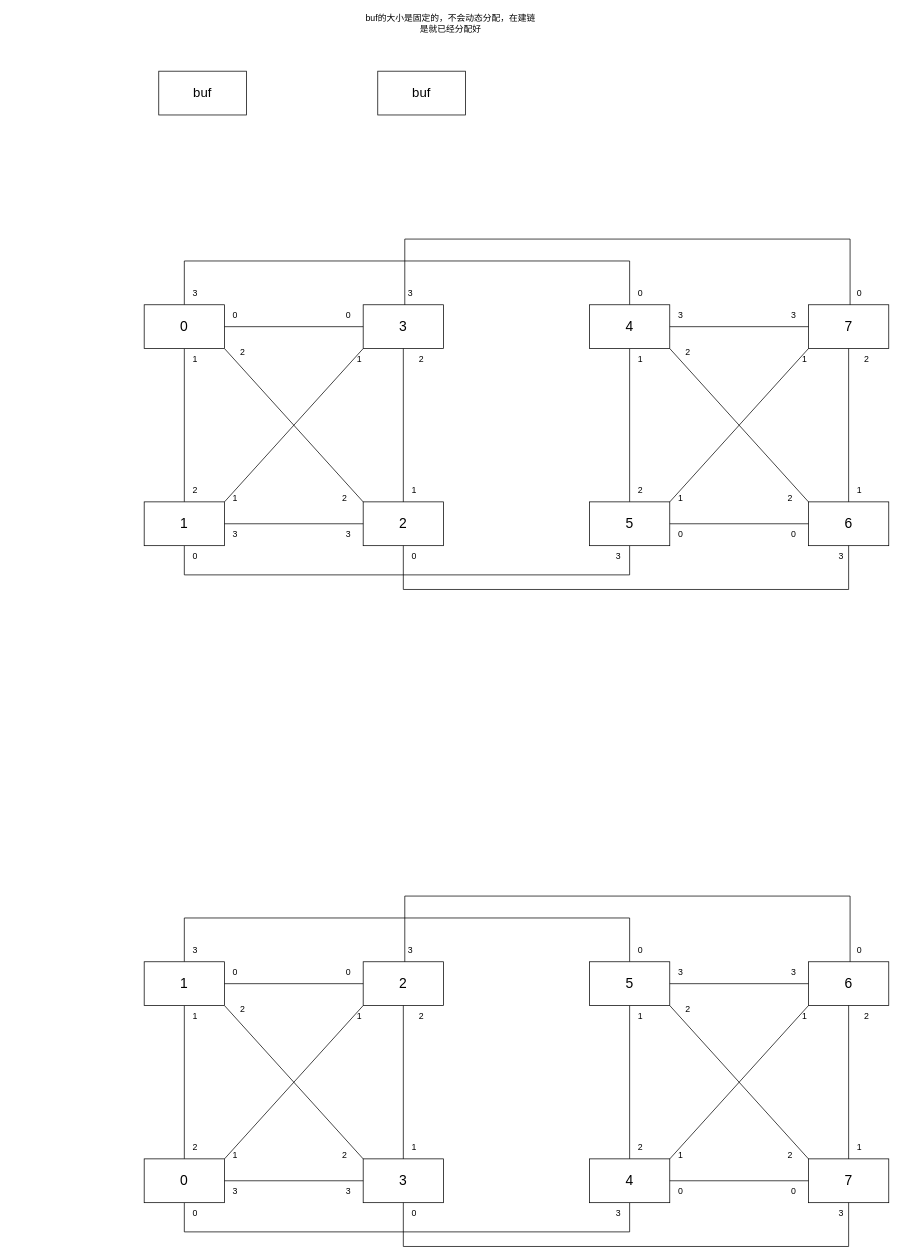
This is Nvidia_NCCL.drawio from LamForest/draw.io, a draw.io file, before an edit. Source tidied: cells renumbered, new cells numbered last; positions are measured from the earlier drawing's top-left corner, leaving out a move shared by most shapes. Both pictures are drawn from the tidied source at 73%, with x=0, y=0 at pixel (144, 12).
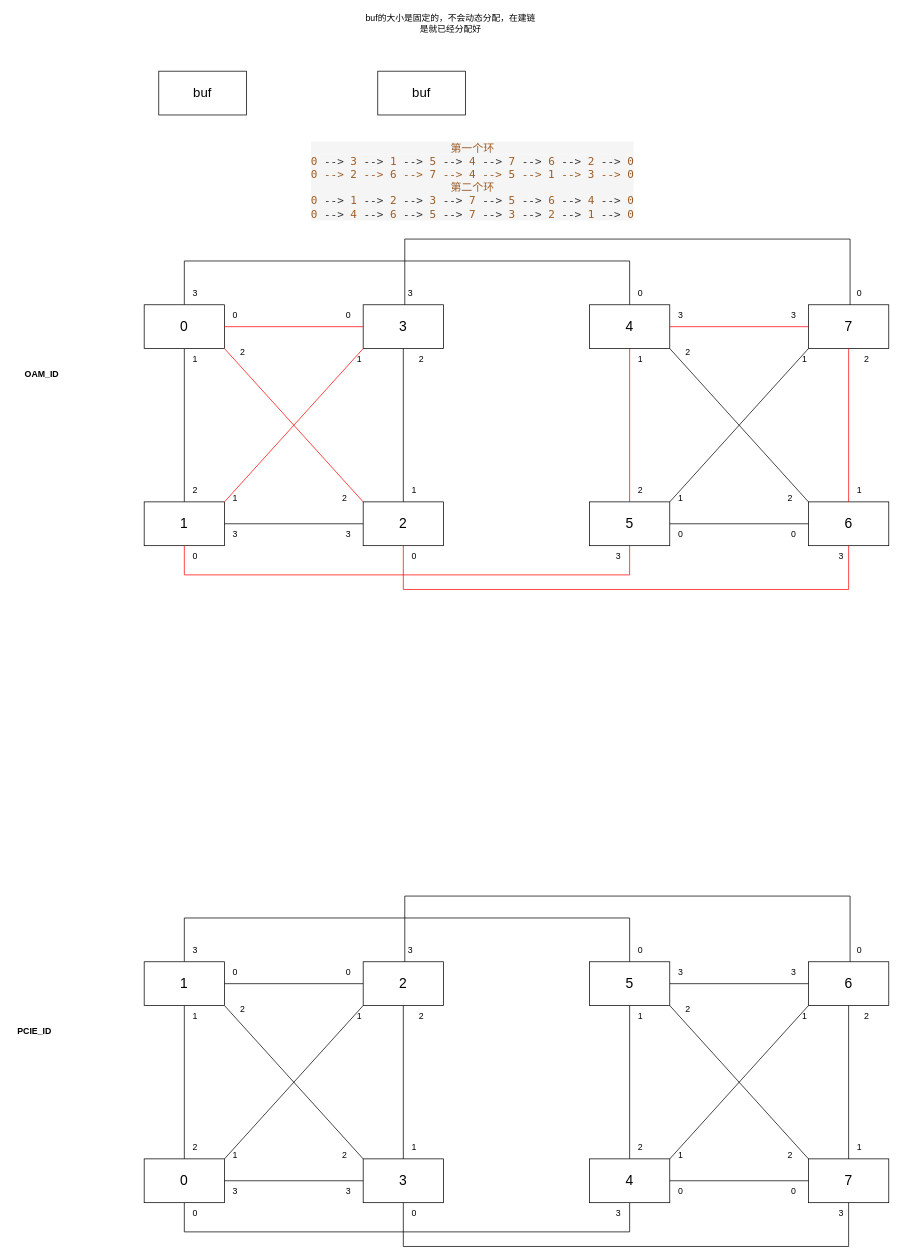
The same page after the edit.

The change refers to these unchanged cells:
```xml
<mxCell id="7" value="&lt;div&gt;0&lt;/div&gt;" style="rounded=0;whiteSpace=wrap;html=1;fontSize=19;" parent="1" vertex="1">
  <mxGeometry y="400" width="110" height="60" as="geometry" />
</mxCell>
<mxCell id="8" value="3" style="rounded=0;whiteSpace=wrap;html=1;fontSize=19;" parent="1" vertex="1">
  <mxGeometry x="300" y="400" width="110" height="60" as="geometry" />
</mxCell>
<mxCell id="10" value="&lt;div&gt;1&lt;/div&gt;" style="rounded=0;whiteSpace=wrap;html=1;fontSize=19;" parent="1" vertex="1">
  <mxGeometry y="670" width="110" height="60" as="geometry" />
</mxCell>
<mxCell id="30" value="&lt;div&gt;4&lt;/div&gt;" style="rounded=0;whiteSpace=wrap;html=1;fontSize=19;" parent="1" vertex="1">
  <mxGeometry x="610" y="400" width="110" height="60" as="geometry" />
</mxCell>
<mxCell id="31" value="7" style="rounded=0;whiteSpace=wrap;html=1;fontSize=19;" parent="1" vertex="1">
  <mxGeometry x="910" y="400" width="110" height="60" as="geometry" />
</mxCell>
<mxCell id="32" value="&lt;div&gt;5&lt;/div&gt;" style="rounded=0;whiteSpace=wrap;html=1;fontSize=19;" parent="1" vertex="1">
  <mxGeometry x="610" y="670" width="110" height="60" as="geometry" />
</mxCell>
<mxCell id="33" value="6" style="rounded=0;whiteSpace=wrap;html=1;fontSize=19;" parent="1" vertex="1">
  <mxGeometry x="910" y="670" width="110" height="60" as="geometry" />
</mxCell>
```

Diff of the diagram source:
```diff
@@
-    <mxCell id="9" style="edgeStyle=orthogonalEdgeStyle;rounded=0;jettySize=auto;html=1;entryX=0.5;entryY=1;entryDx=0;entryDy=0;endArrow=none;endFill=0;" parent="1" edge="1" source="10" target="32">
+    <mxCell id="9" style="edgeStyle=orthogonalEdgeStyle;rounded=0;jettySize=auto;html=1;entryX=0.5;entryY=1;entryDx=0;entryDy=0;endArrow=none;endFill=0;strokeColor=#FF0000;" parent="1" edge="1" source="10" target="32">
       <mxGeometry relative="1" as="geometry">
         <Array as="points">
           <mxPoint x="55" y="770" />
           <mxPoint x="665" y="770" />
         </Array>
       </mxGeometry>
     </mxCell>
@@
-    <mxCell id="14" style="edgeStyle=orthogonalEdgeStyle;rounded=0;jettySize=auto;html=1;entryX=0;entryY=0.5;entryDx=0;entryDy=0;endArrow=none;endFill=0;exitX=1;exitY=0.5;exitDx=0;exitDy=0;" parent="1" edge="1" source="7" target="8">
+    <mxCell id="14" style="edgeStyle=orthogonalEdgeStyle;rounded=0;jettySize=auto;html=1;entryX=0;entryY=0.5;entryDx=0;entryDy=0;endArrow=none;endFill=0;exitX=1;exitY=0.5;exitDx=0;exitDy=0;strokeColor=#FF0000;" parent="1" edge="1" source="7" target="8">
       <mxGeometry relative="1" as="geometry" />
     </mxCell>
@@
-    <mxCell id="16" style="rounded=0;orthogonalLoop=1;jettySize=auto;html=1;endArrow=none;endFill=0;" parent="1" edge="1">
+    <mxCell id="16" style="rounded=0;orthogonalLoop=1;jettySize=auto;html=1;endArrow=none;endFill=0;strokeColor=#FF0000;" parent="1" edge="1">
       <mxGeometry relative="1" as="geometry">
         <mxPoint x="110" y="460" as="sourcePoint" />
         <mxPoint x="300" y="670" as="targetPoint" />
       </mxGeometry>
     </mxCell>
@@
-    <mxCell id="26" style="rounded=0;jettySize=auto;html=1;endArrow=none;endFill=0;exitX=0;exitY=1;exitDx=0;exitDy=0;entryX=1;entryY=0;entryDx=0;entryDy=0;" parent="1" edge="1" source="8" target="10">
+    <mxCell id="26" style="rounded=0;jettySize=auto;html=1;endArrow=none;endFill=0;exitX=0;exitY=1;exitDx=0;exitDy=0;entryX=1;entryY=0;entryDx=0;entryDy=0;strokeColor=#FF0000;" parent="1" edge="1" source="8" target="10">
       <mxGeometry relative="1" as="geometry" />
     </mxCell>
@@
-    <mxCell id="29" style="edgeStyle=orthogonalEdgeStyle;rounded=0;jettySize=auto;html=1;entryX=0.5;entryY=0;entryDx=0;entryDy=0;endArrow=none;endFill=0;" parent="1" edge="1" source="30" target="32">
+    <mxCell id="29" style="edgeStyle=orthogonalEdgeStyle;rounded=0;jettySize=auto;html=1;entryX=0.5;entryY=0;entryDx=0;entryDy=0;endArrow=none;endFill=0;strokeColor=#FF0000;" parent="1" edge="1" source="30" target="32">
       <mxGeometry relative="1" as="geometry" />
     </mxCell>
@@
-    <mxCell id="36" style="edgeStyle=orthogonalEdgeStyle;rounded=0;jettySize=auto;html=1;entryX=0;entryY=0.5;entryDx=0;entryDy=0;endArrow=none;endFill=0;exitX=1;exitY=0.5;exitDx=0;exitDy=0;" parent="1" edge="1" source="30" target="31">
+    <mxCell id="36" style="edgeStyle=orthogonalEdgeStyle;rounded=0;jettySize=auto;html=1;entryX=0;entryY=0.5;entryDx=0;entryDy=0;endArrow=none;endFill=0;exitX=1;exitY=0.5;exitDx=0;exitDy=0;strokeColor=#FF0000;" parent="1" edge="1" source="30" target="31">
       <mxGeometry relative="1" as="geometry" />
     </mxCell>
@@
-    <mxCell id="45" style="rounded=0;jettySize=auto;html=1;endArrow=none;endFill=0;exitX=0.5;exitY=1;exitDx=0;exitDy=0;entryX=0.5;entryY=0;entryDx=0;entryDy=0;" parent="1" edge="1" source="31" target="33">
+    <mxCell id="45" style="rounded=0;jettySize=auto;html=1;endArrow=none;endFill=0;exitX=0.5;exitY=1;exitDx=0;exitDy=0;entryX=0.5;entryY=0;entryDx=0;entryDy=0;strokeColor=#FF0000;" parent="1" edge="1" source="31" target="33">
       <mxGeometry relative="1" as="geometry" />
     </mxCell>
@@
-    <mxCell id="58" style="edgeStyle=orthogonalEdgeStyle;rounded=0;orthogonalLoop=1;jettySize=auto;html=1;entryX=0.5;entryY=1;entryDx=0;entryDy=0;endArrow=none;endFill=0;" parent="1" edge="1">
+    <mxCell id="58" style="edgeStyle=orthogonalEdgeStyle;rounded=0;orthogonalLoop=1;jettySize=auto;html=1;entryX=0.5;entryY=1;entryDx=0;entryDy=0;endArrow=none;endFill=0;strokeColor=#FF0000;" parent="1" edge="1">
       <mxGeometry relative="1" as="geometry">
         <mxPoint x="355" y="730" as="sourcePoint" />
         <mxPoint x="965" y="730" as="targetPoint" />
         <Array as="points">
           <mxPoint x="355" y="790" />
           <mxPoint x="965" y="790" />
         </Array>
       </mxGeometry>
     </mxCell>
@@
+    <mxCell id="117" value="OAM_ID" style="text;html=1;align=center;verticalAlign=middle;whiteSpace=wrap;rounded=0;fontStyle=1;" parent="1" vertex="1">
+      <mxGeometry x="-170" y="480" width="60" height="30" as="geometry" />
+    </mxCell>
+    <mxCell id="118" value="PCIE_ID" style="text;html=1;align=center;verticalAlign=middle;whiteSpace=wrap;rounded=0;fontStyle=1;" parent="1" vertex="1">
+      <mxGeometry x="-180" y="1380" width="60" height="30" as="geometry" />
+    </mxCell>
+    <mxCell id="119" value="&lt;div style=&quot;color: rgb(51, 51, 51); background-color: rgb(245, 245, 245); font-family: Menlo, Monaco, &amp;quot;Courier New&amp;quot;, monospace; line-height: 18px; white-space: pre;&quot;&gt;&lt;span style=&quot;color: rgb(156, 93, 39);&quot;&gt;第一个环&lt;/span&gt;&lt;/div&gt;&lt;div style=&quot;color: rgb(51, 51, 51); background-color: rgb(245, 245, 245); font-family: Menlo, Monaco, &amp;quot;Courier New&amp;quot;, monospace; line-height: 18px; white-space: pre;&quot;&gt;&lt;span style=&quot;color: rgb(156, 93, 39);&quot;&gt;0&lt;/span&gt; --&amp;gt; &lt;span style=&quot;color: rgb(156, 93, 39);&quot;&gt;3&lt;/span&gt; --&amp;gt; &lt;span style=&quot;color: rgb(156, 93, 39);&quot;&gt;1&lt;/span&gt; --&amp;gt; &lt;span style=&quot;color: rgb(156, 93, 39);&quot;&gt;5&lt;/span&gt; --&amp;gt; &lt;span style=&quot;color: rgb(156, 93, 39);&quot;&gt;4&lt;/span&gt; --&amp;gt; &lt;span style=&quot;color: rgb(156, 93, 39);&quot;&gt;7&lt;/span&gt; --&amp;gt; &lt;span style=&quot;color: rgb(156, 93, 39);&quot;&gt;6&lt;/span&gt; --&amp;gt; &lt;span style=&quot;color: rgb(156, 93, 39);&quot;&gt;2&lt;/span&gt; --&amp;gt; &lt;span style=&quot;color: rgb(156, 93, 39);&quot;&gt;0&lt;/span&gt;&lt;/div&gt;&lt;div style=&quot;color: rgb(51, 51, 51); background-color: rgb(245, 245, 245); font-family: Menlo, Monaco, &amp;quot;Courier New&amp;quot;, monospace; line-height: 18px; white-space: pre;&quot;&gt;&lt;span style=&quot;color: rgb(156, 93, 39);&quot;&gt;0 --&amp;gt; 2 --&amp;gt; 6 --&amp;gt; 7 --&amp;gt; 4 --&amp;gt; 5 --&amp;gt; 1 --&amp;gt; 3 --&amp;gt; 0&lt;/span&gt;&lt;/div&gt;&lt;div style=&quot;color: rgb(51, 51, 51); background-color: rgb(245, 245, 245); font-family: Menlo, Monaco, &amp;quot;Courier New&amp;quot;, monospace; line-height: 18px; white-space: pre;&quot;&gt;&lt;span style=&quot;color: rgb(156, 93, 39);&quot;&gt;第二个环&lt;/span&gt;&lt;/div&gt;&lt;div style=&quot;color: rgb(51, 51, 51); background-color: rgb(245, 245, 245); font-family: Menlo, Monaco, &amp;quot;Courier New&amp;quot;, monospace; line-height: 18px; white-space: pre;&quot;&gt;&lt;div style=&quot;line-height: 18px;&quot;&gt;&lt;div&gt;&lt;span style=&quot;color: rgb(156, 93, 39);&quot;&gt;0&lt;/span&gt; --&amp;gt; &lt;span style=&quot;color: rgb(156, 93, 39);&quot;&gt;1&lt;/span&gt; --&amp;gt; &lt;span style=&quot;color: rgb(156, 93, 39);&quot;&gt;2&lt;/span&gt; --&amp;gt; &lt;span style=&quot;color: rgb(156, 93, 39);&quot;&gt;3&lt;/span&gt; --&amp;gt; &lt;span style=&quot;color: rgb(156, 93, 39);&quot;&gt;7&lt;/span&gt; --&amp;gt; &lt;span style=&quot;color: rgb(156, 93, 39);&quot;&gt;5&lt;/span&gt; --&amp;gt; &lt;span style=&quot;color: rgb(156, 93, 39);&quot;&gt;6&lt;/span&gt; --&amp;gt; &lt;span style=&quot;color: rgb(156, 93, 39);&quot;&gt;4&lt;/span&gt; --&amp;gt; &lt;span style=&quot;color: rgb(156, 93, 39);&quot;&gt;0&lt;/span&gt;&lt;/div&gt;&lt;div&gt;&lt;span style=&quot;color: rgb(156, 93, 39);&quot;&gt;0&lt;/span&gt; --&amp;gt; &lt;span style=&quot;color: rgb(156, 93, 39);&quot;&gt;4&lt;/span&gt; --&amp;gt; &lt;span style=&quot;color: rgb(156, 93, 39);&quot;&gt;6&lt;/span&gt; --&amp;gt; &lt;span style=&quot;color: rgb(156, 93, 39);&quot;&gt;5&lt;/span&gt; --&amp;gt; &lt;span style=&quot;color: rgb(156, 93, 39);&quot;&gt;7&lt;/span&gt; --&amp;gt; &lt;span style=&quot;color: rgb(156, 93, 39);&quot;&gt;3&lt;/span&gt; --&amp;gt; &lt;span style=&quot;color: rgb(156, 93, 39);&quot;&gt;2&lt;/span&gt; --&amp;gt; &lt;span style=&quot;color: rgb(156, 93, 39);&quot;&gt;1&lt;/span&gt; --&amp;gt; &lt;span style=&quot;color: rgb(156, 93, 39);&quot;&gt;0&lt;/span&gt;&lt;/div&gt;&lt;/div&gt;&lt;/div&gt;" style="text;html=1;align=center;verticalAlign=middle;whiteSpace=wrap;rounded=0;fontStyle=0;fontSize=15;" parent="1" vertex="1">
+      <mxGeometry x="220" y="170" width="460" height="120" as="geometry" />
+    </mxCell>
```
